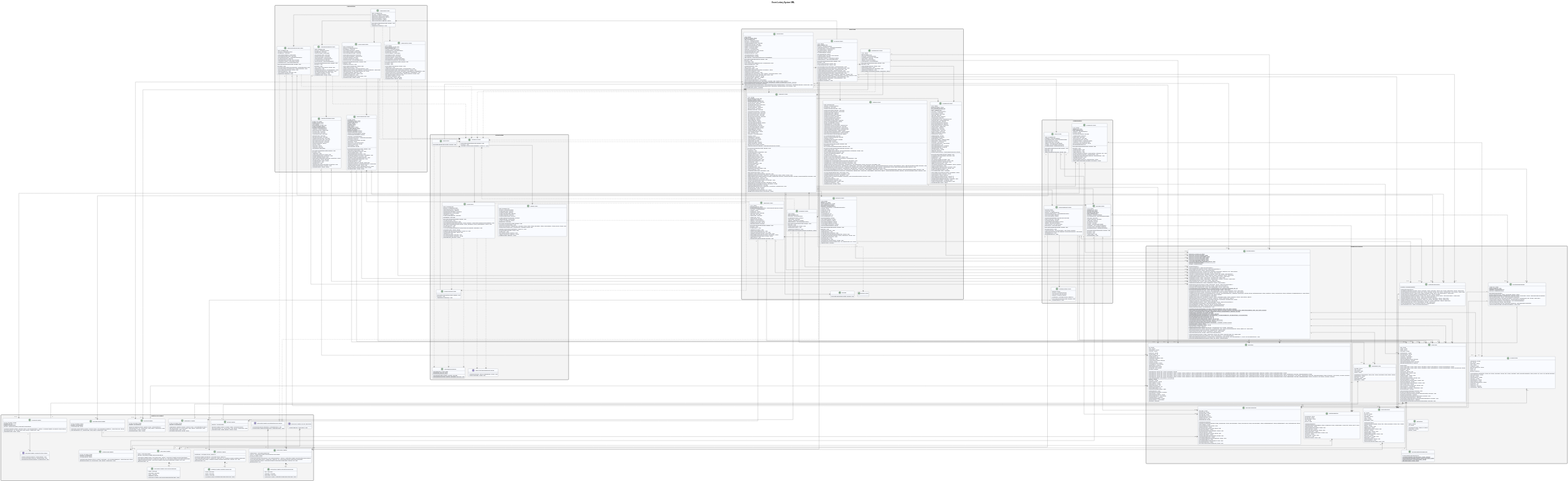
The PlantUML diagram UML/plantuml.svg in CMPUT301-Bugfix/bugfix-events, before a commit.
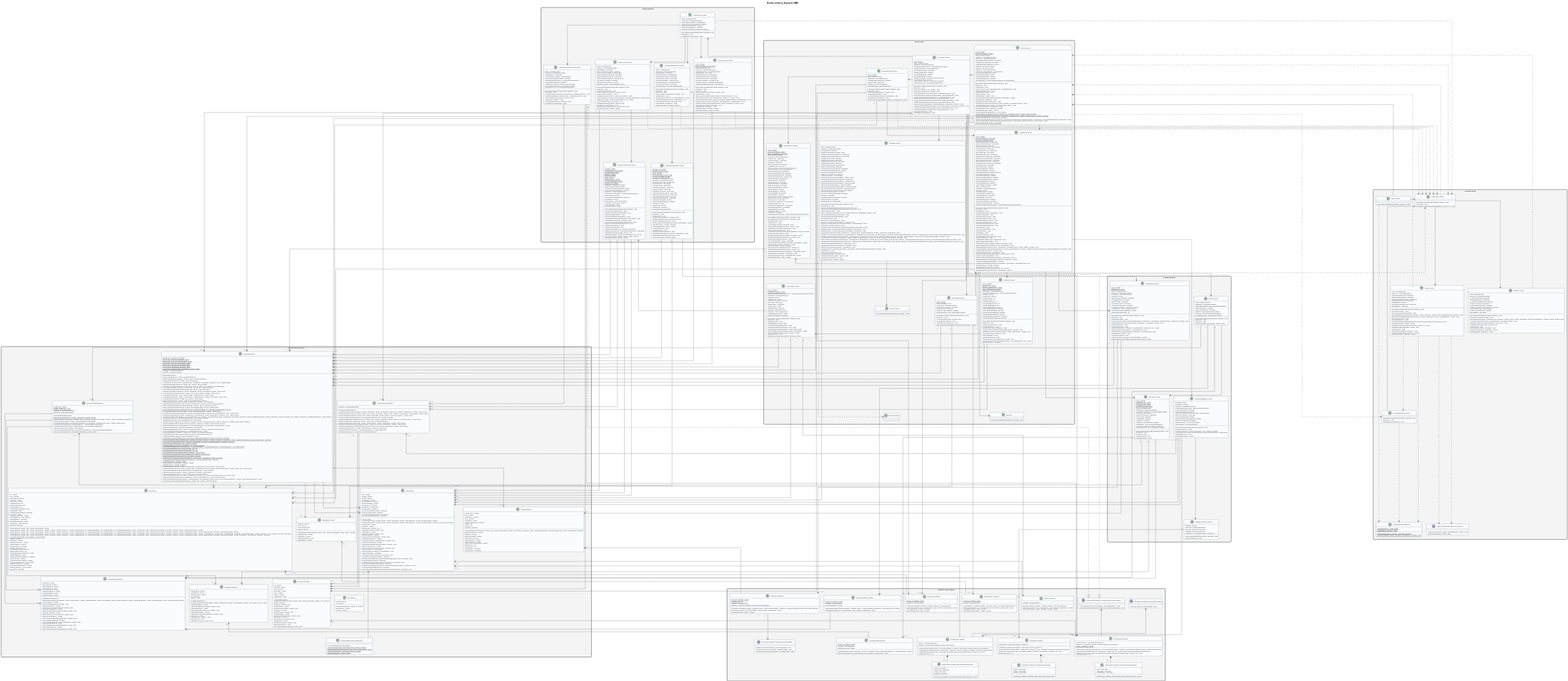
Above is the later version.

Change to the diagram source:
```diff
@@ -189,6 +189,7 @@
     -newPasswordInput: EditText
     -confirmNewPasswordInput: EditText
     -saveProfileChangesButton: Button
+    -termsOfServiceButton: Button
     -deleteAccountButton: Button
     -loadingIndicator: ProgressBar
     -notificationPreferencesHeader: LinearLayout
@@ -237,6 +238,10 @@
     -showMessage(message: String): void
     -navigateToAuthMenu(): void
     -normalize(value: String): String
+  }
+
+  class TermsActivity {
+    #onCreate(savedInstanceState: Bundle): void
   }
 
   class HostedEventsActivity {
@@ -380,6 +385,7 @@
     -loadWaitlistState(event: EventItem): void
     -applyWaitlistViewState(): void
     -setWaitlistActionLoading(loading: boolean): void
+    -applyManagementVisibility(event: EventItem): void
     -updateWaitlistControls(event: EventItem, currentUserUid: String, status: String): void
     -updateWaitlistFlags(showJoinButton: boolean, joinEnabled: boolean, showJoinedLabel: boolean, showLeaveButton: boolean): void
     -showPoster(posterUrl: String): void
@@ -491,6 +497,7 @@
     -{static} TAG: String
     +{static} EVENT_ID: String
     -auth: FirebaseAuth
+    -firestore: FirebaseFirestore
     -repository: EventRepository
     -eventId: String
     -canDeleteComments: boolean
@@ -505,6 +512,8 @@
     #onCreate(savedInstanceState: Bundle): void
     #onStart(): void
     -loadEventState(): void
+    -loadModeratorStateAndComments(event: EventItem, currentUser: FirebaseUser, currentUid: String): void
+    -loadRegularUserComments(event: EventItem, currentUid: String): void
     -postComment(): void
     -loadComments(): void
     -voteOnComment(comment: CommentItem, voteValue: int): void
@@ -714,6 +723,7 @@
     -geolocationTextView: TextView
     -descriptionTextView: TextView
     -deleteEventButton: Button
+    -viewCommentsButton: Button
     -eventId: String
     -eventTitle: String
     -isDeleting: boolean
@@ -729,6 +739,7 @@
     -formatDate(date: Date): String
     -confirmDelete(): void
     -deleteEvent(): void
+    -openCommentsScreen(): void
     -handleDeleteFailure(exception: Exception): void
     -setDeleting(deleting: boolean): void
     -normalize(value: String): String
@@ -804,6 +815,8 @@
     +createEvent(currentUser: FirebaseUser, draftEvent: EventItem, posterUri: Uri): Task<String>
     +getWaitlistStatus(eventId: String, uid: String): Task<String>
     +canUserAccessEvent(event: EventItem, eventId: String, uid: String): Task<Boolean>
+    +canUserManageEvent(event: EventItem, uid: String): Task<Boolean>
+    +canUserManageOrganizerFeatures(uid: String): Task<Boolean>
     +assignCoorganizer(eventId: String, targetUid: String, actingUid: String): Task<Void>
     +updateWaitlistStatus(eventId: String, uid: String, status: String): Task<Void>
     +joinWaitlist(eventId: String, currentUser: FirebaseUser): Task<Void>
@@ -842,6 +855,7 @@
     +{static} normalizeCoorganizers(rawCoorganizers: Object): List<String>
     +{static} normalizeIsPublic(isPublicValue: Boolean): boolean
     -{static} containsKeywordIgnoreCase(keywords: List<String>, candidate: String): boolean
+    -canManageOrganizerFeatures(userSnapshot: DocumentSnapshot): boolean
     -{static} normalize(value: String): String
     -firstNonEmpty(candidates: String): String
     -{static} hasText(value: String): boolean
@@ -1246,6 +1260,7 @@
 HomeActivity ..> AuthMenuActivity
 HomeActivity ..> ProfileRemovedActivity
 MyThingsActivity --> SettingsActivity
+SettingsActivity --> TermsActivity
 MyThingsActivity --> HostedEventsActivity
 MyThingsActivity --> MyWaitlistActivity
 MyThingsActivity --> InboxActivity
@@ -1274,6 +1289,7 @@
 UserProfilesActivity --> UserProfileDetailsActivity
 UserProfilesActivity ..> AuthMenuActivity
 AdminBrowseEventsActivity --> AdminEventDetailsActivity
+AdminEventDetailsActivity --> CommentsActivity
 AdminBrowseEventsActivity ..> AuthMenuActivity
 AdminPhotosActivity ..> AuthMenuActivity
 AdminNotificationsLogActivity ..> AuthMenuActivity
@@ -1373,6 +1389,7 @@
 HomeActivity -[hidden]down-> ViewEventActivity
 ViewEventActivity -[hidden]right-> CreateEventActivity
 CreateEventActivity -[hidden]right-> SettingsActivity
+SettingsActivity -[hidden]down-> TermsActivity
 ViewEventActivity -[hidden]down-> MyWaitlistActivity
 MyWaitlistActivity -[hidden]right-> EntrantsActivity
 EntrantsActivity -[hidden]right-> AllEntrantsActivity
```
